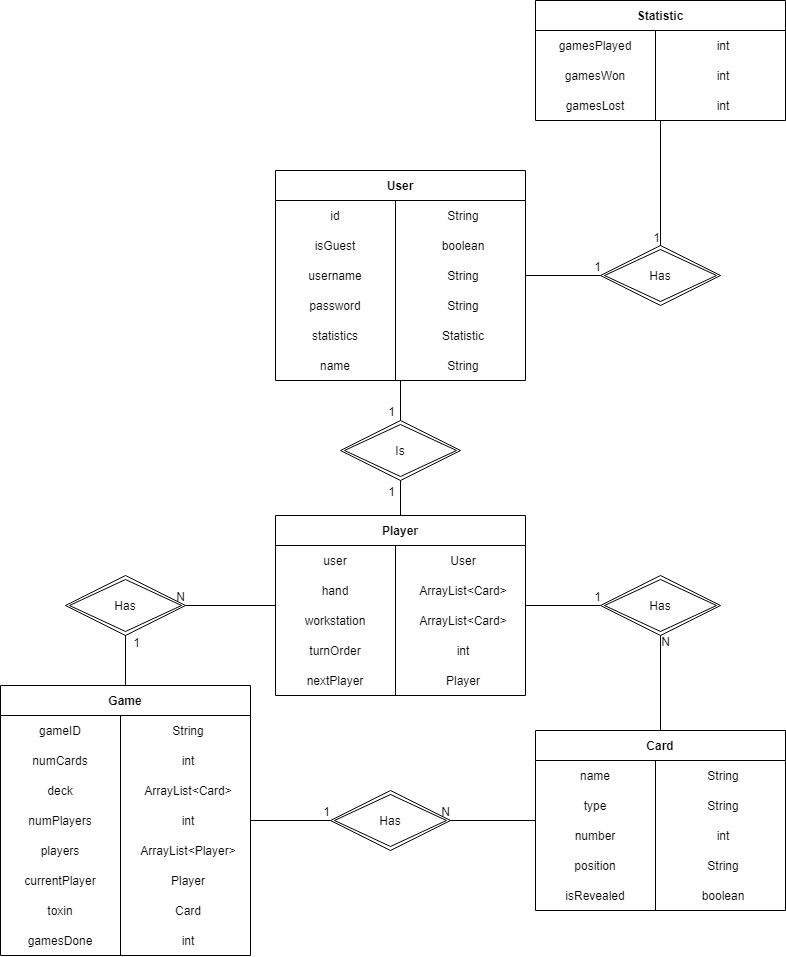
This is artifacts/EntityRelationshipDiagram.png from fbarry/Antidote-Mobile, a draw.io export, as it was before one commit. Source tidied: cells renumbered, new cells last; positions are measured from the earlier drawing's top-left corner, leaving out a move shared by most shapes.
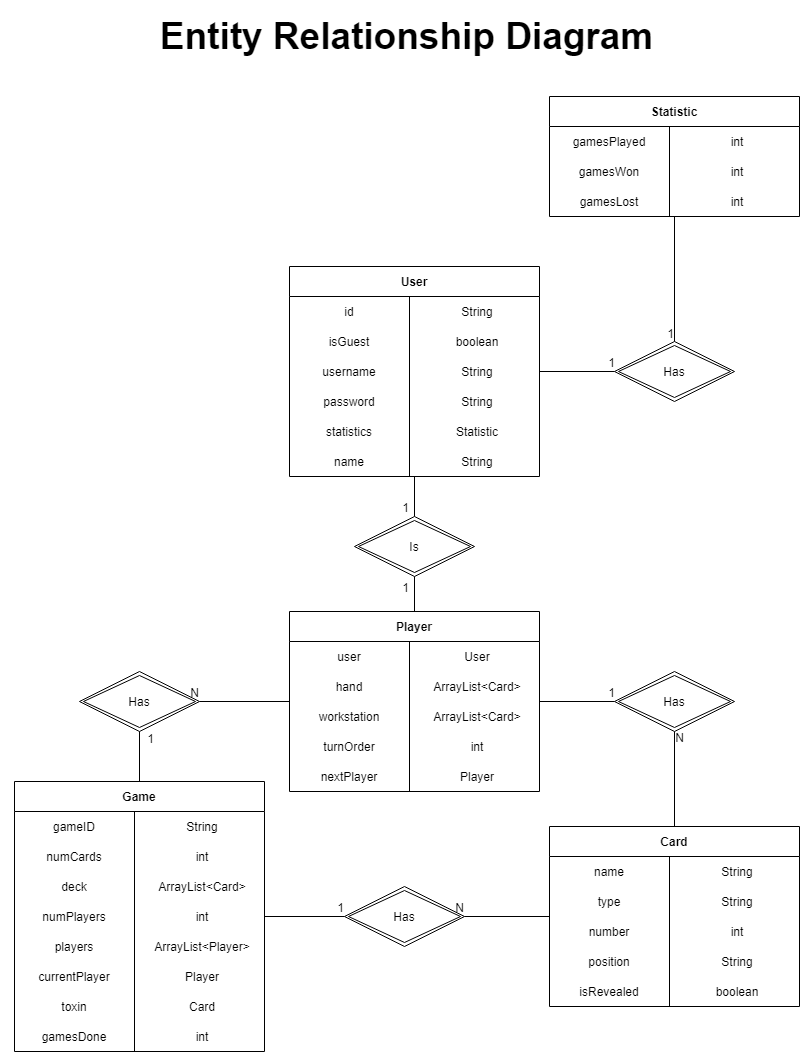
Above is the later version.

Commit message:
Updated Entity Relationship Diagram image

Diff of the diagram source:
```diff
@@ -343,5 +343,8 @@
         <mxPoint x="-5" y="20" as="offset" />
       </mxGeometry>
     </mxCell>
+    <mxCell id="113" value="&lt;b&gt;&lt;font style=&quot;font-size: 37px&quot;&gt;Entity Relationship Diagram&lt;/font&gt;&lt;/b&gt;" style="text;html=1;strokeColor=none;fillColor=none;align=center;verticalAlign=middle;whiteSpace=wrap;rounded=0;" parent="1" vertex="1">
+      <mxGeometry x="90" y="-70" width="605" height="20" as="geometry" />
+    </mxCell>
   </root>
 </mxGraphModel>
```
